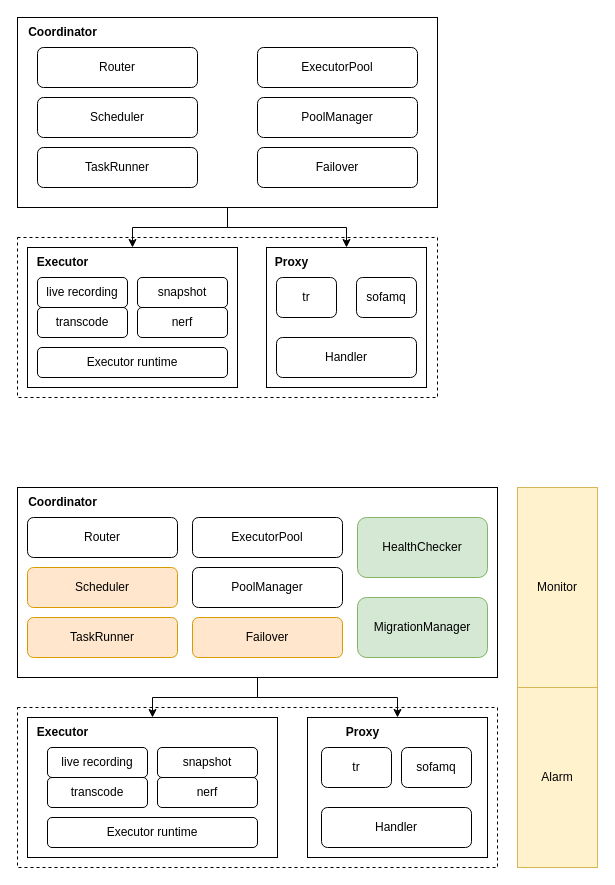
Before: page "stream engine structure" (4 of 4) of graphs/streaming_engine_framework.drawio in zhongchun/daily, a draw.io diagram. Source tidied: cells renumbered, new cells numbered last; positions are measured from the earlier drawing's top-left corner, leaving out a move shared by most shapes. Both pictures are drawn from the tidied source at 100%, with x=0, y=0 at pixel (17, 17).
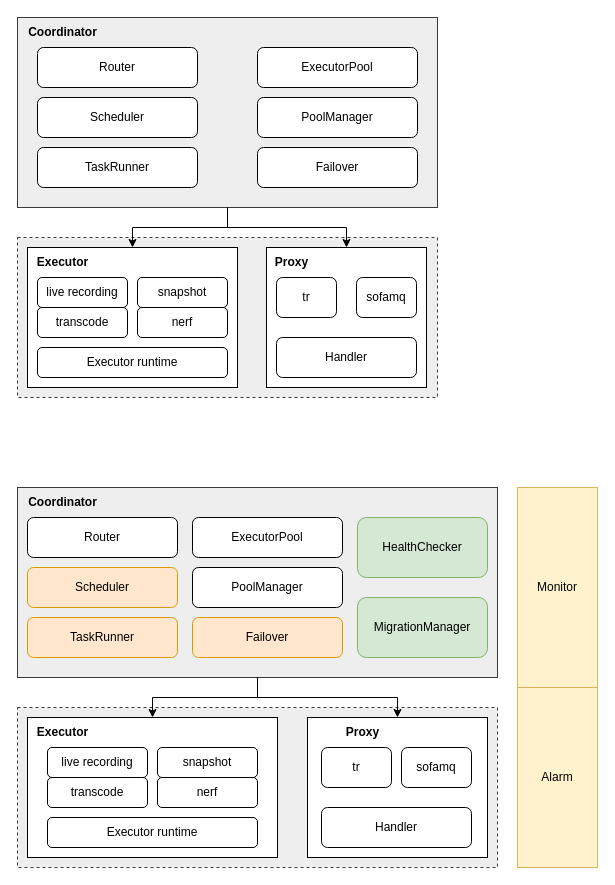
The same page after the edit.

Change to the diagram source:
```diff
@@
-    <mxCell id="2" style="rounded=0;whiteSpace=wrap;html=1;align=center;verticalAlign=middle;fontFamily=Helvetica;fontSize=12;dashed=1;" parent="1" vertex="1">
+    <mxCell id="2" style="rounded=0;whiteSpace=wrap;html=1;align=center;verticalAlign=middle;fontFamily=Helvetica;fontSize=12;dashed=1;fillColor=#eeeeee;strokeColor=#36393d;" parent="1" vertex="1">
       <mxGeometry y="690" width="480" height="160" as="geometry" />
     </mxCell>
-    <mxCell id="3" style="rounded=0;whiteSpace=wrap;html=1;align=center;verticalAlign=middle;fontFamily=Helvetica;fontSize=12;dashed=1;" parent="1" vertex="1">
+    <mxCell id="3" style="rounded=0;whiteSpace=wrap;html=1;align=center;verticalAlign=middle;fontFamily=Helvetica;fontSize=12;dashed=1;fillColor=#eeeeee;strokeColor=#36393d;" parent="1" vertex="1">
       <mxGeometry y="220" width="420" height="160" as="geometry" />
     </mxCell>
@@
-    <mxCell id="6" style="rounded=0;whiteSpace=wrap;html=1;" parent="1" vertex="1">
+    <mxCell id="6" style="rounded=0;whiteSpace=wrap;html=1;fillColor=#eeeeee;strokeColor=#36393d;" parent="1" vertex="1">
       <mxGeometry width="420" height="190" as="geometry" />
     </mxCell>
@@
-    <mxCell id="28" style="rounded=0;whiteSpace=wrap;html=1;" parent="1" vertex="1">
+    <mxCell id="28" style="rounded=0;whiteSpace=wrap;html=1;fillColor=#eeeeee;strokeColor=#36393d;" parent="1" vertex="1">
       <mxGeometry y="470" width="480" height="190" as="geometry" />
     </mxCell>
```
